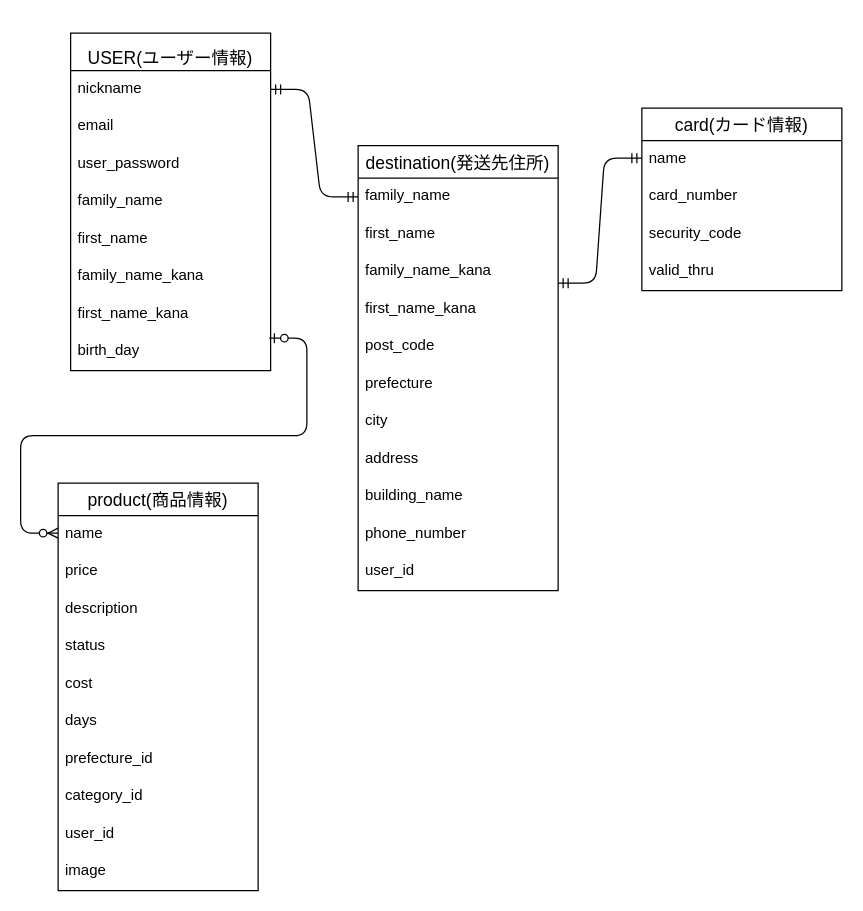
Above: ER.dio in keitogit/furima-37392 (draw.io), before the change. Source tidied: cells renumbered, new cells numbered last; positions are measured from the earlier drawing's top-left corner, leaving out a move shared by most shapes. Both pictures are drawn from the tidied source at 125%, with x=0, y=0 at pixel (58, 32).
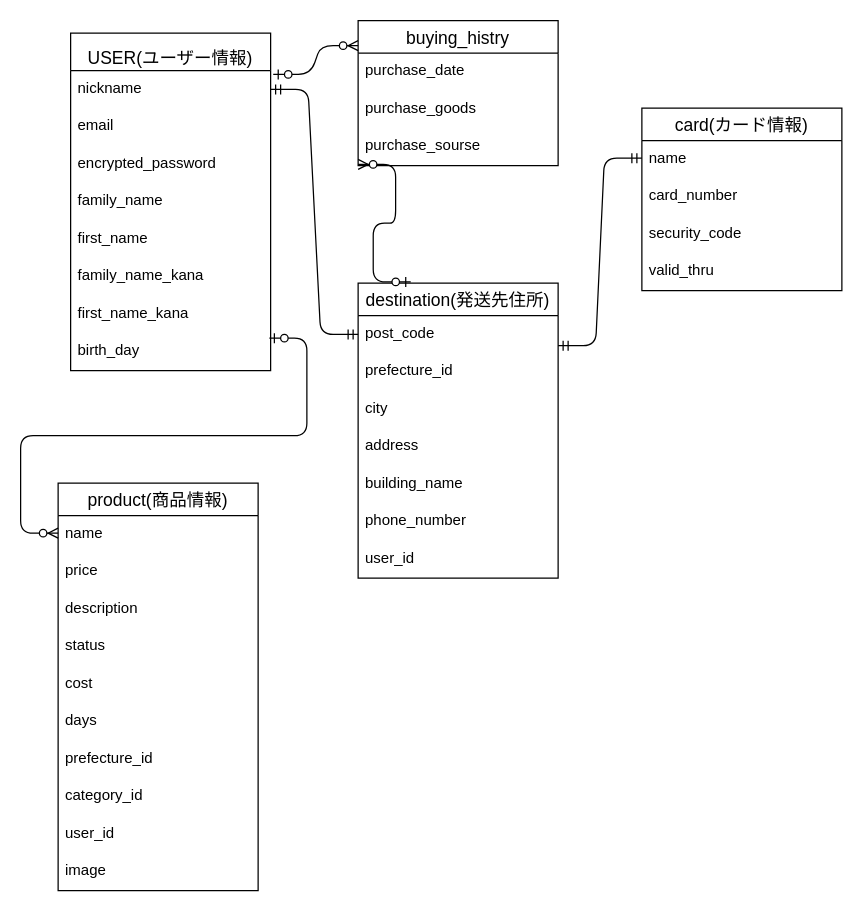
After the change.

The change refers to these unchanged cells:
```xml
<mxCell id="2" value="USER(ユーザー情報)" style="swimlane;fontStyle=0;horizontal=1;startSize=30;align=center;fontSize=14;verticalAlign=bottom;" parent="1" vertex="1">
  <mxGeometry x="10" width="160" height="270" as="geometry" />
</mxCell>
<mxCell id="3" value="nickname" style="text;strokeColor=none;fillColor=none;spacingLeft=4;spacingRight=4;overflow=hidden;points=[[0,0.5],[1,0.5]];portConstraint=eastwest;fontSize=12;" parent="2" vertex="1">
  <mxGeometry y="30" width="160" height="30" as="geometry" />
</mxCell>
```

The edit, as a diff of the source:
```diff
@@
-    <mxCell id="6" value="user_password&#10;" style="text;strokeColor=none;fillColor=none;spacingLeft=4;spacingRight=4;overflow=hidden;fontSize=12;" parent="2" vertex="1">
+    <mxCell id="6" value="encrypted_password" style="text;strokeColor=none;fillColor=none;spacingLeft=4;spacingRight=4;overflow=hidden;fontSize=12;" parent="2" vertex="1">
       <mxGeometry y="90" width="160" height="30" as="geometry" />
     </mxCell>
@@
     <mxCell id="24" value="destination(発送先住所)" style="swimlane;fontStyle=0;horizontal=1;startSize=26;align=center;fontSize=14;labelBackgroundColor=default;" parent="1" vertex="1">
-      <mxGeometry x="240" y="90" width="160" height="356" as="geometry" />
+      <mxGeometry x="240" y="200" width="160" height="236" as="geometry" />
     </mxCell>
-    <mxCell id="25" value="family_name" style="text;strokeColor=none;fillColor=none;spacingLeft=4;spacingRight=4;overflow=hidden;points=[[0,0.5],[1,0.5]];portConstraint=eastwest;fontSize=12;labelBackgroundColor=default;" parent="24" vertex="1">
-      <mxGeometry y="26" width="160" height="30" as="geometry" />
-    </mxCell>
-    <mxCell id="26" value="first_name" style="text;strokeColor=none;fillColor=none;spacingLeft=4;spacingRight=4;overflow=hidden;fontSize=12;labelBackgroundColor=default;" parent="24" vertex="1">
-      <mxGeometry y="56" width="160" height="30" as="geometry" />
-    </mxCell>
-    <mxCell id="27" value="family_name_kana" style="text;strokeColor=none;fillColor=none;spacingLeft=4;spacingRight=4;overflow=hidden;points=[[0,0.5],[1,0.5]];portConstraint=eastwest;fontSize=12;labelBackgroundColor=default;" parent="24" vertex="1">
-      <mxGeometry y="86" width="160" height="30" as="geometry" />
-    </mxCell>
-    <mxCell id="28" value="first_name_kana" style="text;strokeColor=none;fillColor=none;spacingLeft=4;spacingRight=4;overflow=hidden;fontSize=12;labelBackgroundColor=default;" parent="24" vertex="1">
-      <mxGeometry y="116" width="160" height="30" as="geometry" />
-    </mxCell>
     <mxCell id="29" value="post_code" style="text;strokeColor=none;fillColor=none;spacingLeft=4;spacingRight=4;overflow=hidden;fontSize=12;labelBackgroundColor=default;" parent="24" vertex="1">
-      <mxGeometry y="146" width="160" height="30" as="geometry" />
+      <mxGeometry y="26" width="160" height="30" as="geometry" />
     </mxCell>
-    <mxCell id="30" value="prefecture" style="text;strokeColor=none;fillColor=none;spacingLeft=4;spacingRight=4;overflow=hidden;fontSize=12;labelBackgroundColor=default;" parent="24" vertex="1">
-      <mxGeometry y="176" width="160" height="30" as="geometry" />
+    <mxCell id="30" value="prefecture_id" style="text;strokeColor=none;fillColor=none;spacingLeft=4;spacingRight=4;overflow=hidden;fontSize=12;labelBackgroundColor=default;" parent="24" vertex="1">
+      <mxGeometry y="56" width="160" height="30" as="geometry" />
     </mxCell>
     <mxCell id="31" value="city" style="text;strokeColor=none;fillColor=none;spacingLeft=4;spacingRight=4;overflow=hidden;fontSize=12;labelBackgroundColor=default;" parent="24" vertex="1">
-      <mxGeometry y="206" width="160" height="30" as="geometry" />
+      <mxGeometry y="86" width="160" height="30" as="geometry" />
     </mxCell>
     <mxCell id="32" value="address" style="text;strokeColor=none;fillColor=none;spacingLeft=4;spacingRight=4;overflow=hidden;fontSize=12;labelBackgroundColor=default;" parent="24" vertex="1">
-      <mxGeometry y="236" width="160" height="30" as="geometry" />
+      <mxGeometry y="116" width="160" height="30" as="geometry" />
     </mxCell>
     <mxCell id="33" value="building_name" style="text;strokeColor=none;fillColor=none;spacingLeft=4;spacingRight=4;overflow=hidden;fontSize=12;labelBackgroundColor=default;" parent="24" vertex="1">
-      <mxGeometry y="266" width="160" height="30" as="geometry" />
+      <mxGeometry y="146" width="160" height="30" as="geometry" />
     </mxCell>
     <mxCell id="34" value="phone_number" style="text;strokeColor=none;fillColor=none;spacingLeft=4;spacingRight=4;overflow=hidden;fontSize=12;labelBackgroundColor=default;" parent="24" vertex="1">
-      <mxGeometry y="296" width="160" height="30" as="geometry" />
+      <mxGeometry y="176" width="160" height="30" as="geometry" />
     </mxCell>
     <mxCell id="35" value="user_id" style="text;strokeColor=none;fillColor=none;spacingLeft=4;spacingRight=4;overflow=hidden;fontSize=12;labelBackgroundColor=default;" parent="24" vertex="1">
-      <mxGeometry y="326" width="160" height="30" as="geometry" />
+      <mxGeometry y="206" width="160" height="30" as="geometry" />
     </mxCell>
@@
-    <mxCell id="42" style="edgeStyle=entityRelationEdgeStyle;fontSize=12;html=1;endArrow=ERmandOne;startArrow=ERmandOne;exitX=1;exitY=0.5;exitDx=0;exitDy=0;entryX=0;entryY=0.5;entryDx=0;entryDy=0;" parent="1" edge="1" source="3" target="25">
-      <mxGeometry relative="1" as="geometry" />
+    <mxCell id="42" style="edgeStyle=entityRelationEdgeStyle;fontSize=12;html=1;endArrow=ERmandOne;startArrow=ERmandOne;exitX=1;exitY=0.5;exitDx=0;exitDy=0;entryX=0;entryY=0.5;entryDx=0;entryDy=0;" parent="1" edge="1" source="3">
+      <mxGeometry relative="1" as="geometry">
+        <mxPoint x="240" y="241" as="targetPoint" />
+      </mxGeometry>
     </mxCell>
-    <mxCell id="43" style="edgeStyle=entityRelationEdgeStyle;fontSize=12;html=1;endArrow=ERmandOne;startArrow=ERmandOne;exitX=1;exitY=0.8;exitDx=0;exitDy=0;exitPerimeter=0;" parent="1" edge="1" source="27">
+    <mxCell id="43" style="edgeStyle=entityRelationEdgeStyle;fontSize=12;html=1;endArrow=ERmandOne;startArrow=ERmandOne;exitX=1;exitY=0.8;exitDx=0;exitDy=0;exitPerimeter=0;" parent="1" edge="1">
       <mxGeometry relative="1" as="geometry">
+        <mxPoint x="400" y="250" as="sourcePoint" />
         <mxPoint x="467" y="100" as="targetPoint" />
       </mxGeometry>
     </mxCell>
+    <mxCell id="44" value="buying_histry" style="swimlane;fontStyle=0;horizontal=1;startSize=26;align=center;fontSize=14;labelBackgroundColor=default;" parent="1" vertex="1">
+      <mxGeometry x="240" y="-10" width="160" height="116" as="geometry" />
+    </mxCell>
+    <mxCell id="45" value="purchase_date" style="text;strokeColor=none;fillColor=none;spacingLeft=4;spacingRight=4;overflow=hidden;fontSize=12;labelBackgroundColor=default;" parent="44" vertex="1">
+      <mxGeometry y="26" width="160" height="30" as="geometry" />
+    </mxCell>
+    <mxCell id="46" value="purchase_goods" style="text;strokeColor=none;fillColor=none;spacingLeft=4;spacingRight=4;overflow=hidden;fontSize=12;labelBackgroundColor=default;" parent="44" vertex="1">
+      <mxGeometry y="56" width="160" height="30" as="geometry" />
+    </mxCell>
+    <mxCell id="47" value="purchase_sourse" style="text;strokeColor=none;fillColor=none;spacingLeft=4;spacingRight=4;overflow=hidden;points=[[0,0.5],[1,0.5]];portConstraint=eastwest;fontSize=12;labelBackgroundColor=default;" parent="44" vertex="1">
+      <mxGeometry y="86" width="160" height="30" as="geometry" />
+    </mxCell>
+    <mxCell id="48" style="edgeStyle=entityRelationEdgeStyle;fontSize=12;html=1;endArrow=ERzeroToMany;startArrow=ERzeroToOne;exitX=1.013;exitY=0.1;exitDx=0;exitDy=0;exitPerimeter=0;" parent="1" edge="1" source="3">
+      <mxGeometry relative="1" as="geometry">
+        <mxPoint x="240" y="10" as="targetPoint" />
+      </mxGeometry>
+    </mxCell>
+    <mxCell id="49" style="edgeStyle=entityRelationEdgeStyle;fontSize=12;html=1;endArrow=ERzeroToMany;startArrow=ERzeroToOne;exitX=0.263;exitY=-0.004;exitDx=0;exitDy=0;exitPerimeter=0;entryX=0;entryY=0.967;entryDx=0;entryDy=0;entryPerimeter=0;" parent="1" edge="1" source="24" target="47">
+      <mxGeometry relative="1" as="geometry" />
+    </mxCell>
```
